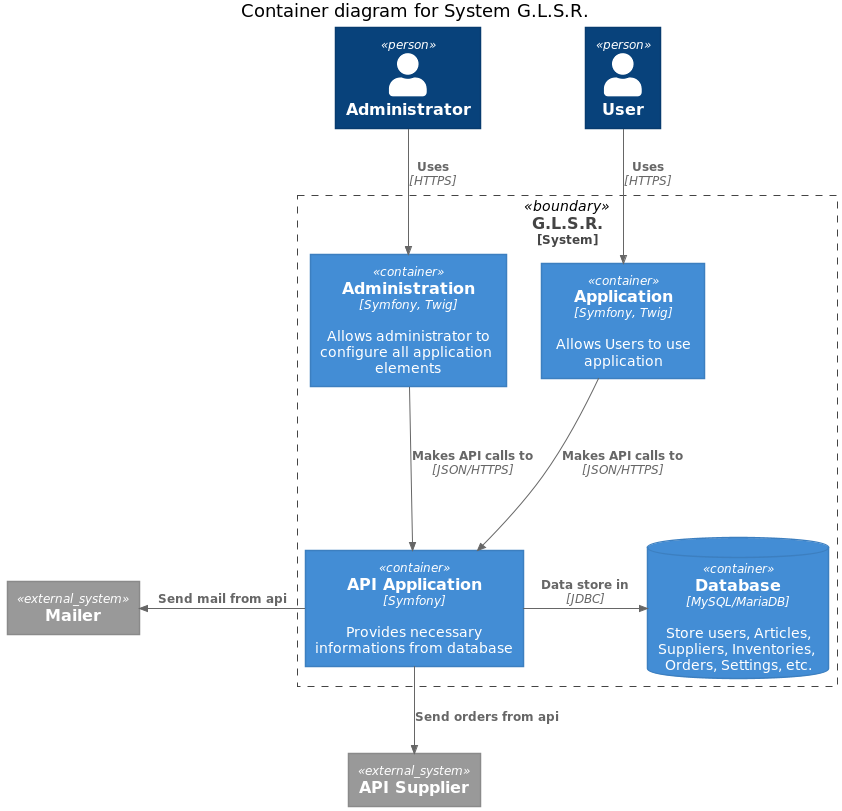
Before: docs/C4-Model/img/Container.png, a diagram exported from PlantUML (Dev-Int/tests). Source of this version:
```plantuml
@startuml Container
!include https://raw.githubusercontent.com/plantuml-stdlib/C4-PlantUML/master/C4_Container.puml

title Container diagram for System G.L.S.R.

Person(admin, "Administrator")
Person(user, "User")

System_Boundary(c1, "G.L.S.R.") {
	Container(api, "API Application", "Symfony", "Provides necessary informations from database")
  Container(backend, "Administration", "Symfony, Twig", "Allows administrator to configure all application elements")
	Container(web_app, "Application", "Symfony, Twig", "Allows Users to use application")
	ContainerDb(rel_db, "Database", "MySQL/MariaDB", "Store users, Articles, Suppliers, Inventories, Orders, Settings, etc.")
}

System_Ext(mailer, "Mailer")
System_Ext(api_supplier, "API Supplier")

Rel(admin, backend, "Uses", "HTTPS")
Rel(user, web_app, "Uses", "HTTPS")

Rel(backend, api, "Makes API calls to", "JSON/HTTPS")
Rel(web_app, api, "Makes API calls to", "JSON/HTTPS")

Rel_R(api, rel_db, "Data store in", "JDBC")

Rel_L(api, mailer, "Send mail from api")
Rel(api, api_supplier, "Send orders from api")

@enduml
```
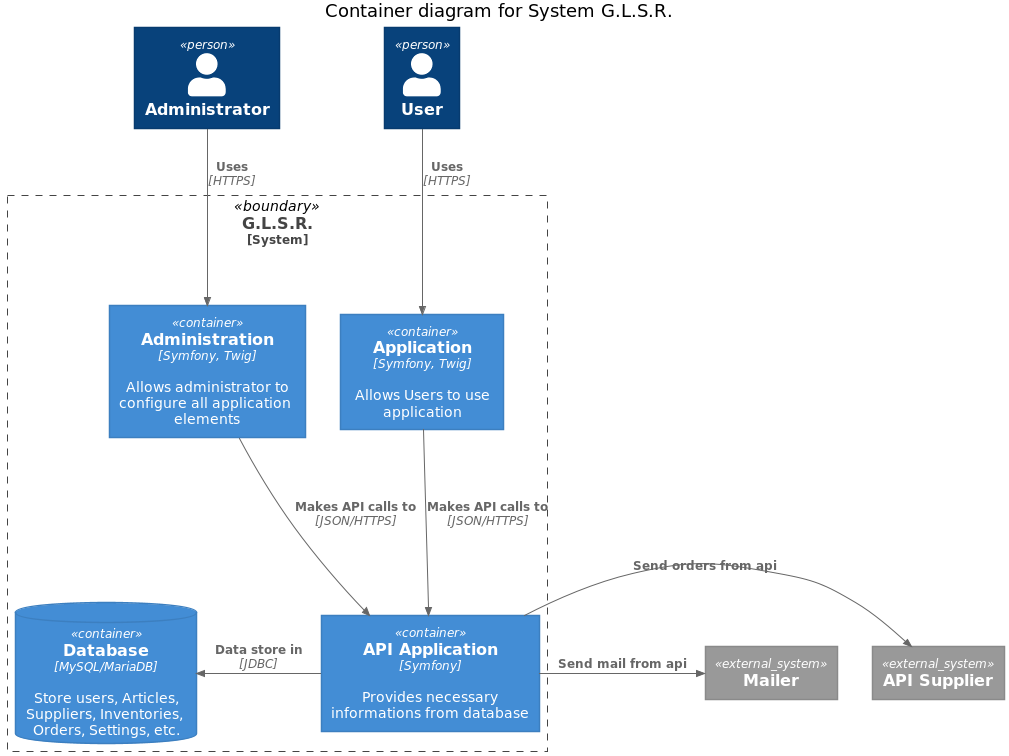
After the commit.

Diff of the diagram source:
```diff
@@ -22,9 +22,9 @@
 Rel(backend, api, "Makes API calls to", "JSON/HTTPS")
 Rel(web_app, api, "Makes API calls to", "JSON/HTTPS")
 
-Rel_R(api, rel_db, "Data store in", "JDBC")
+Rel_L(api, rel_db, "Data store in", "JDBC")
 
-Rel_L(api, mailer, "Send mail from api")
-Rel(api, api_supplier, "Send orders from api")
+Rel_R(api, mailer, "Send mail from api")
+Rel_R(api, api_supplier, "Send orders from api")
 
 @enduml
```
